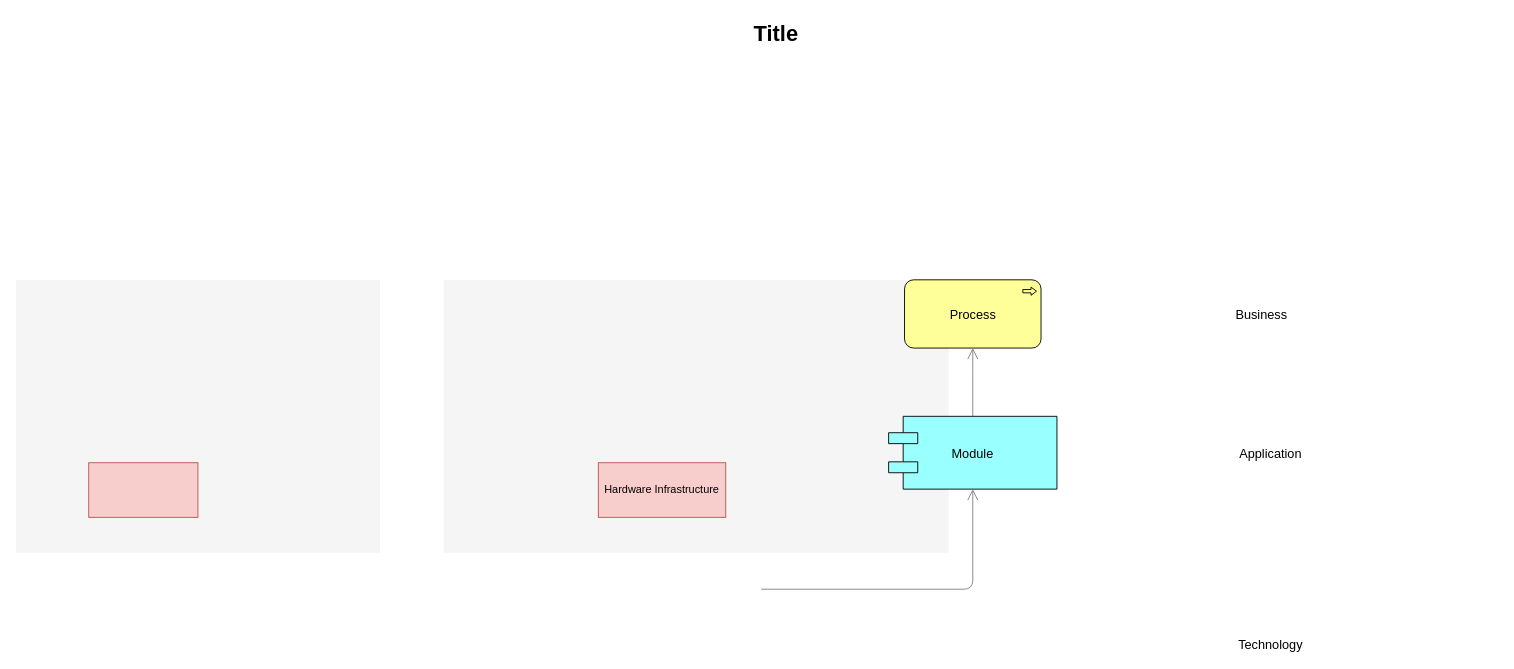
Before: DOCKER/Introduction/Untitled Diagram.drawio in PankajSAgarwal/Devops, a draw.io diagram. Source tidied: cells renumbered, new cells numbered last; positions are measured from the earlier drawing's top-left corner, leaving out a move shared by most shapes. Both pictures are drawn from the tidied source at 91%, with x=0, y=0 at pixel (15, 15).
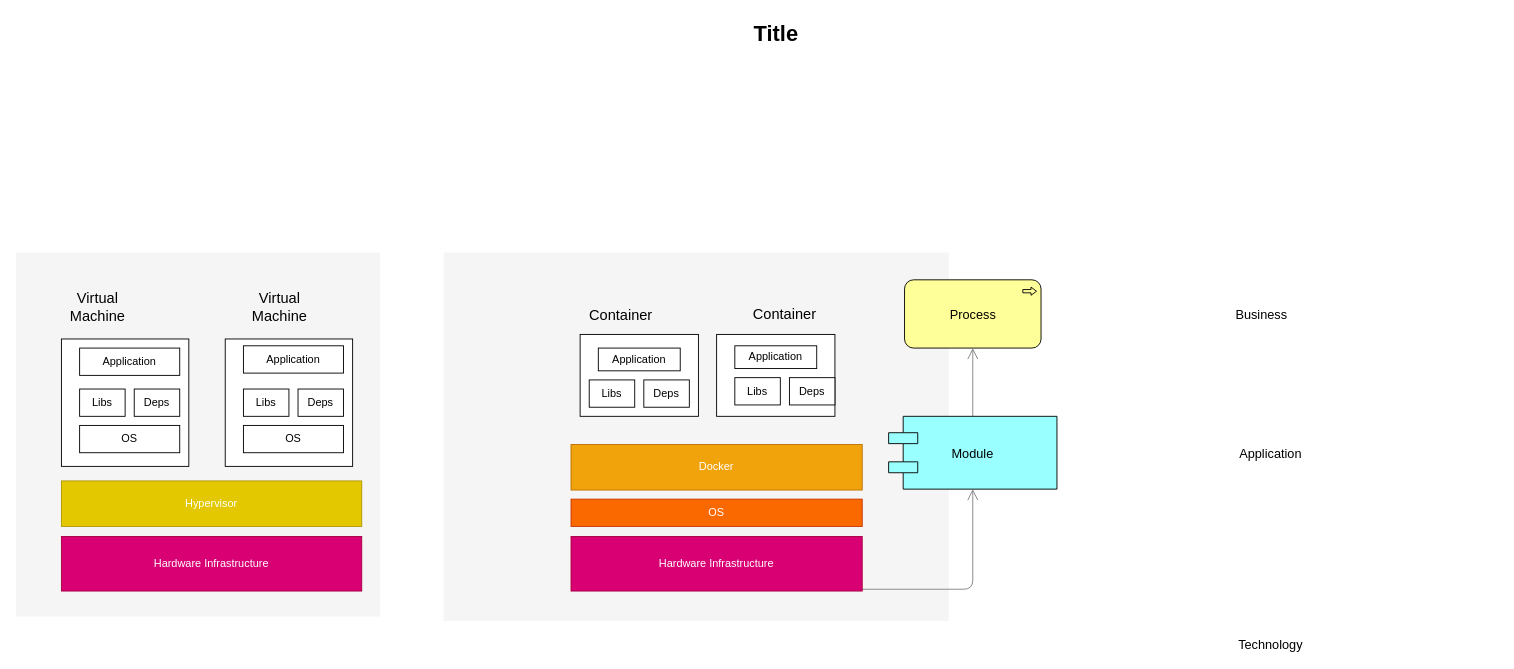
Above is the later version.

The edit, as a diff of the source:
```diff
@@
     <mxCell id="2" style="whiteSpace=wrap;html=1;strokeColor=none;strokeWidth=1;fillColor=#f5f5f5;fontSize=14;" parent="1" vertex="1">
-      <mxGeometry x="470" y="290" width="555" height="300" as="geometry" />
+      <mxGeometry x="470" y="260" width="555" height="405" as="geometry" />
     </mxCell>
     <mxCell id="3" style="whiteSpace=wrap;html=1;strokeColor=none;strokeWidth=1;fillColor=#f5f5f5;fontSize=14;" parent="1" vertex="1">
-      <mxGeometry y="290" width="400" height="300" as="geometry" />
+      <mxGeometry y="260" width="400" height="400" as="geometry" />
     </mxCell>
@@
-    <mxCell id="12" style="rounded=0;whiteSpace=wrap;html=1;fillColor=#f8cecc;strokeColor=#b85450;" parent="1" vertex="1">
-      <mxGeometry x="80" y="491" width="120" height="60" as="geometry" />
+    <mxCell id="12" value="Hardware Infrastructure" style="rounded=0;whiteSpace=wrap;html=1;fillColor=#d80073;strokeColor=#A50040;fontColor=#ffffff;" parent="1" vertex="1">
+      <mxGeometry x="50" y="572" width="330" height="60" as="geometry" />
     </mxCell>
-    <mxCell id="13" value="Hardware Infrastructure" style="rounded=0;whiteSpace=wrap;html=1;fillColor=#f8cecc;strokeColor=#b85450;" parent="1" vertex="1">
-      <mxGeometry x="640" y="491" width="140" height="60" as="geometry" />
+    <mxCell id="13" value="Hardware Infrastructure" style="rounded=0;whiteSpace=wrap;html=1;fillColor=#d80073;strokeColor=#A50040;fontColor=#ffffff;" parent="1" vertex="1">
+      <mxGeometry x="610" y="572" width="320" height="60" as="geometry" />
     </mxCell>
+    <mxCell id="14" value="OS" style="rounded=0;whiteSpace=wrap;html=1;fillColor=#fa6800;strokeColor=#C73500;fontColor=#ffffff;" parent="1" vertex="1">
+      <mxGeometry x="610" y="531" width="320" height="30" as="geometry" />
+    </mxCell>
+    <mxCell id="15" value="Hypervisor" style="rounded=0;whiteSpace=wrap;html=1;fillColor=#e3c800;strokeColor=#B09500;fontColor=#ffffff;" parent="1" vertex="1">
+      <mxGeometry x="50" y="511" width="330" height="50" as="geometry" />
+    </mxCell>
+    <mxCell id="16" value="Docker" style="rounded=0;whiteSpace=wrap;html=1;fillColor=#f0a30a;strokeColor=#BD7000;fontColor=#ffffff;" parent="1" vertex="1">
+      <mxGeometry x="610" y="471" width="320" height="50" as="geometry" />
+    </mxCell>
+    <mxCell id="17" style="rounded=0;whiteSpace=wrap;html=1;" parent="1" vertex="1">
+      <mxGeometry x="620" y="350" width="130" height="90" as="geometry" />
+    </mxCell>
+    <mxCell id="18" style="rounded=0;whiteSpace=wrap;html=1;" parent="1" vertex="1">
+      <mxGeometry x="770" y="350" width="130" height="90" as="geometry" />
+    </mxCell>
+    <mxCell id="19" value="Application" style="rounded=0;whiteSpace=wrap;html=1;" parent="1" vertex="1">
+      <mxGeometry x="640" y="365" width="90" height="25" as="geometry" />
+    </mxCell>
+    <mxCell id="20" value="Libs" style="rounded=0;whiteSpace=wrap;html=1;" parent="1" vertex="1">
+      <mxGeometry x="630" y="400" width="50" height="30" as="geometry" />
+    </mxCell>
+    <mxCell id="21" style="edgeStyle=orthogonalEdgeStyle;rounded=0;orthogonalLoop=1;jettySize=auto;html=1;exitX=0.5;exitY=1;exitDx=0;exitDy=0;" parent="1" edge="1" source="19" target="19">
+      <mxGeometry relative="1" as="geometry" />
+    </mxCell>
+    <mxCell id="22" value="Deps" style="rounded=0;whiteSpace=wrap;html=1;" parent="1" vertex="1">
+      <mxGeometry x="690" y="400" width="50" height="30" as="geometry" />
+    </mxCell>
+    <mxCell id="23" value="Application" style="rounded=0;whiteSpace=wrap;html=1;" parent="1" vertex="1">
+      <mxGeometry x="790" y="362.5" width="90" height="25" as="geometry" />
+    </mxCell>
+    <mxCell id="24" value="Libs" style="rounded=0;whiteSpace=wrap;html=1;" parent="1" vertex="1">
+      <mxGeometry x="790" y="397.5" width="50" height="30" as="geometry" />
+    </mxCell>
+    <mxCell id="25" value="Deps" style="rounded=0;whiteSpace=wrap;html=1;" parent="1" vertex="1">
+      <mxGeometry x="850" y="397.5" width="50" height="30" as="geometry" />
+    </mxCell>
+    <mxCell id="26" value="&lt;font style=&quot;font-size: 16px&quot;&gt;Container&lt;/font&gt;" style="text;html=1;strokeColor=none;fillColor=none;align=center;verticalAlign=middle;whiteSpace=wrap;rounded=0;" parent="1" vertex="1">
+      <mxGeometry x="620" y="319" width="90" height="20" as="geometry" />
+    </mxCell>
+    <mxCell id="27" value="&lt;font style=&quot;font-size: 16px&quot;&gt;Container&lt;/font&gt;" style="text;html=1;strokeColor=none;fillColor=none;align=center;verticalAlign=middle;whiteSpace=wrap;rounded=0;" parent="1" vertex="1">
+      <mxGeometry x="800" y="317.5" width="90" height="20" as="geometry" />
+    </mxCell>
+    <mxCell id="28" style="whiteSpace=wrap;html=1;" parent="1" vertex="1">
+      <mxGeometry x="50" y="355" width="140" height="140" as="geometry" />
+    </mxCell>
+    <mxCell id="29" style="whiteSpace=wrap;html=1;" parent="1" vertex="1">
+      <mxGeometry x="230" y="355" width="140" height="140" as="geometry" />
+    </mxCell>
+    <mxCell id="30" value="Application" style="rounded=0;whiteSpace=wrap;html=1;" parent="1" vertex="1">
+      <mxGeometry x="70" y="365" width="110" height="30" as="geometry" />
+    </mxCell>
+    <mxCell id="31" value="OS" style="rounded=0;whiteSpace=wrap;html=1;" parent="1" vertex="1">
+      <mxGeometry x="70" y="450" width="110" height="30" as="geometry" />
+    </mxCell>
+    <mxCell id="32" value="&lt;span&gt;Application&lt;/span&gt;" style="rounded=0;whiteSpace=wrap;html=1;" parent="1" vertex="1">
+      <mxGeometry x="250" y="362.5" width="110" height="30" as="geometry" />
+    </mxCell>
+    <mxCell id="33" value="OS" style="rounded=0;whiteSpace=wrap;html=1;" parent="1" vertex="1">
+      <mxGeometry x="250" y="450" width="110" height="30" as="geometry" />
+    </mxCell>
+    <mxCell id="34" value="Libs" style="rounded=0;whiteSpace=wrap;html=1;" parent="1" vertex="1">
+      <mxGeometry x="250" y="410" width="50" height="30" as="geometry" />
+    </mxCell>
+    <mxCell id="35" value="Deps" style="rounded=0;whiteSpace=wrap;html=1;" parent="1" vertex="1">
+      <mxGeometry x="310" y="410" width="50" height="30" as="geometry" />
+    </mxCell>
+    <mxCell id="36" value="Libs" style="rounded=0;whiteSpace=wrap;html=1;" parent="1" vertex="1">
+      <mxGeometry x="70" y="410" width="50" height="30" as="geometry" />
+    </mxCell>
+    <mxCell id="37" value="Deps" style="rounded=0;whiteSpace=wrap;html=1;" parent="1" vertex="1">
+      <mxGeometry x="130" y="410" width="50" height="30" as="geometry" />
+    </mxCell>
+    <mxCell id="38" value="&lt;font style=&quot;font-size: 16px&quot;&gt;Virtual Machine&lt;/font&gt;" style="text;html=1;strokeColor=none;fillColor=none;align=center;verticalAlign=middle;whiteSpace=wrap;rounded=0;" parent="1" vertex="1">
+      <mxGeometry x="70" y="310" width="40" height="20" as="geometry" />
+    </mxCell>
+    <mxCell id="39" value="&lt;font style=&quot;font-size: 16px&quot;&gt;Virtual Machine&lt;/font&gt;" style="text;html=1;strokeColor=none;fillColor=none;align=center;verticalAlign=middle;whiteSpace=wrap;rounded=0;" parent="1" vertex="1">
+      <mxGeometry x="270" y="310" width="40" height="20" as="geometry" />
+    </mxCell>
```
